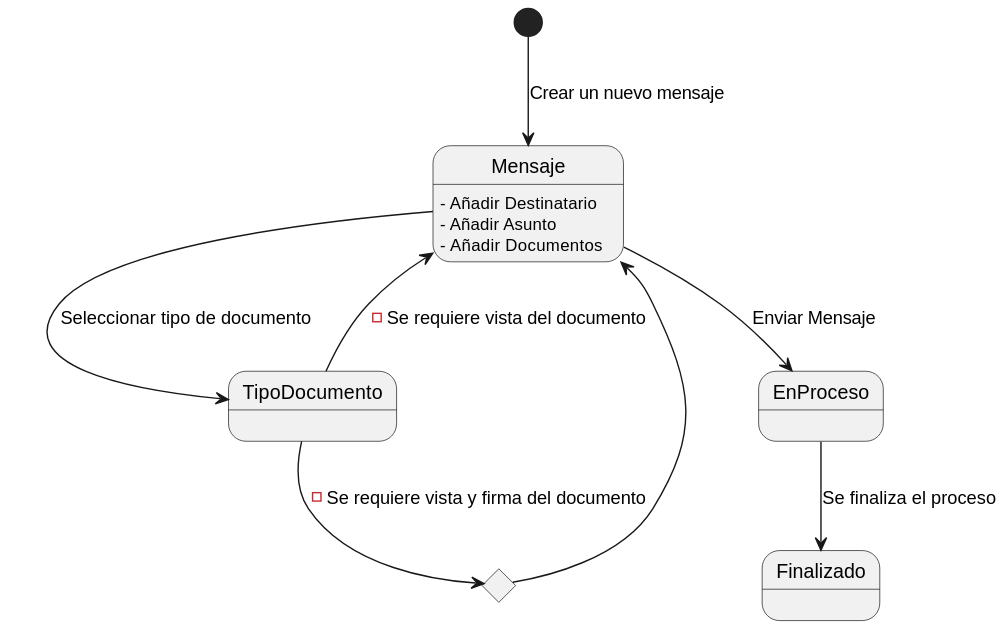
Before: docs/modeloDeDominio/diagramaDeEstados/PrimeraIteracion/diagramaDeEstadosRemitenteIteracion1Final.svg, a diagram exported from PlantUML (mmasias/24-25-IdSw1-SDR).
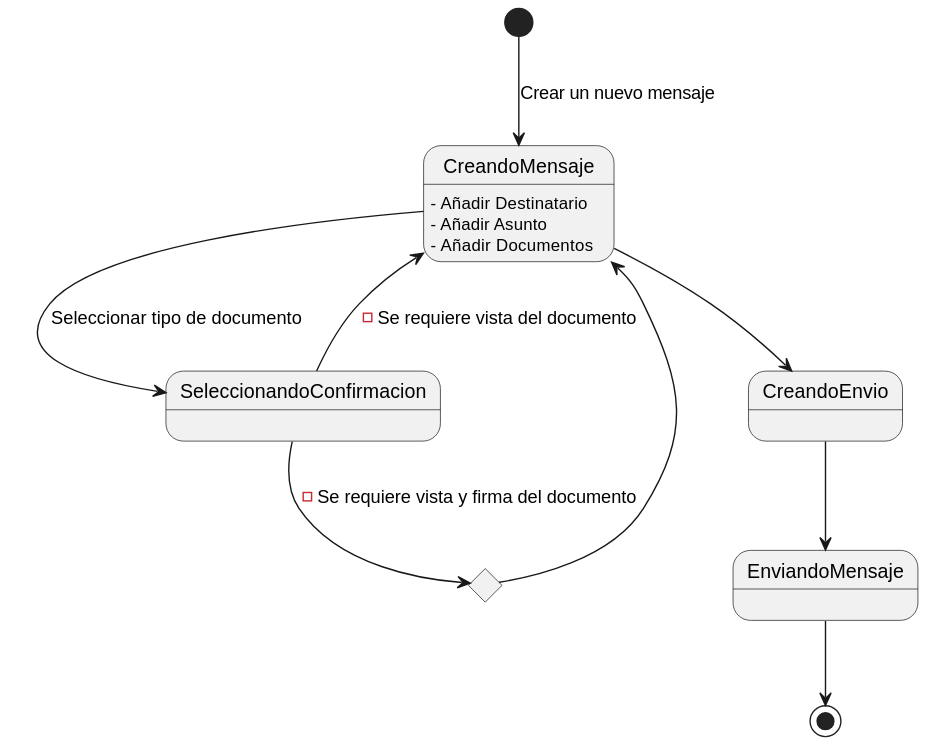
Later version of the same file.

Commit message:
Actualizar diagramas de estados: corregir transiciones y agregar nuevo estado de envío

What changed in the source:
```diff
@@ -1,18 +1,19 @@
 @startuml
-[*] --> Mensaje: Crear un nuevo mensaje
+[*] --> CreandoMensaje: Crear un nuevo mensaje
 
-Mensaje : - Añadir Destinatario
-Mensaje : - Añadir Asunto
-Mensaje : - Añadir Documentos
+CreandoMensaje : - Añadir Destinatario
+CreandoMensaje : - Añadir Asunto
+CreandoMensaje : - Añadir Documentos
 
-Mensaje --> TipoDocumento: Seleccionar tipo de documento
+CreandoMensaje --> SeleccionandoConfirmacion: Seleccionar tipo de documento
 
-state TipoDocumento <<Choice>>
-state TipoDocumento2 <<Choice>>
-    TipoDocumento --> Mensaje: - Se requiere vista del documento
-    TipoDocumento --> TipoDocumento2: - Se requiere vista y firma del documento
-    TipoDocumento2 --> Mensaje
+state SeleccionandoConfirmacion <<Choice>>
+state SeleccionandoConfirmacion2 <<Choice>>
+    SeleccionandoConfirmacion --> CreandoMensaje: - Se requiere vista del documento
+    SeleccionandoConfirmacion --> SeleccionandoConfirmacion2: - Se requiere vista y firma del documento
+    SeleccionandoConfirmacion2 --> CreandoMensaje
 
-Mensaje --> EnProceso: Enviar Mensaje
-EnProceso --> Finalizado: Se finaliza el proceso
+CreandoMensaje --> CreandoEnvio
+CreandoEnvio --> EnviandoMensaje
+EnviandoMensaje --> [*]
 @enduml
```
